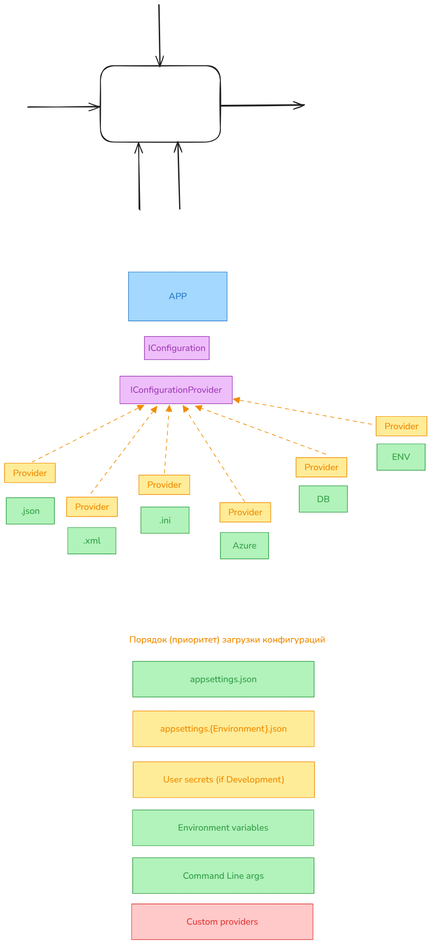
silvercodes/P32_asp_net keeps this Excalidraw diagram as img/11.config.excalidraw.png. Above is the earlier version. Source tidied: one line per element, renumbered; positions are measured from the earlier drawing's top-left corner, leaving out a move shared by most shapes. The source it was exported from:
```json
{"id": 0, "type": "rectangle", "strokeColor": "#1e1e1e", "strokeWidth": 2, "roughness": 1, "round": true, "x": 213, "y": 136, "width": 267, "height": 170}
{"id": 1, "type": "arrow", "strokeColor": "#1e1e1e", "strokeWidth": 2, "roughness": 1, "endArrowhead": "arrow", "round": true, "to": 0, "x": 52, "y": 228, "width": 160, "height": 2, "points": [[0, 0], [160, -2]]}
{"id": 2, "type": "arrow", "strokeColor": "#1e1e1e", "strokeWidth": 2, "roughness": 1, "endArrowhead": "arrow", "round": true, "from": 0, "x": 479, "y": 225, "width": 187, "height": 2, "points": [[0, 0], [187, -2]]}
{"id": 3, "type": "arrow", "strokeColor": "#1e1e1e", "strokeWidth": 2, "roughness": 1, "endArrowhead": "arrow", "round": true, "to": 0, "x": 343, "y": 0, "width": 3, "height": 138, "points": [[0, 0], [3, 138]]}
{"id": 4, "type": "arrow", "strokeColor": "#1e1e1e", "strokeWidth": 2, "roughness": 1, "endArrowhead": "arrow", "round": true, "to": 0, "x": 299, "y": 455, "width": 1, "height": 147, "points": [[0, 0], [-1, -147]]}
{"id": 5, "type": "arrow", "strokeColor": "#1e1e1e", "strokeWidth": 2, "roughness": 1, "endArrowhead": "arrow", "round": true, "to": 0, "x": 389, "y": 454, "width": 3, "height": 148, "points": [[0, 0], [-3, -148]]}
{"id": 6, "type": "rectangle", "strokeColor": "#1971c2", "backgroundColor": "#a5d8ff", "fillStyle": "solid", "strokeWidth": 1, "roughness": 0, "x": 276, "y": 594, "width": 219, "height": 109}
{"id": 7, "type": "text", "text": "APP", "strokeColor": "#1971c2", "backgroundColor": "#a5d8ff", "fillStyle": "solid", "strokeWidth": 1, "roughness": 0, "fontSize": 20, "fontFamily": 6, "textAlign": "center", "verticalAlign": "middle", "inside": 6, "x": 365, "y": 635, "width": 40, "height": 27}
{"id": 8, "type": "rectangle", "strokeColor": "#9c36b5", "backgroundColor": "#eebefa", "fillStyle": "solid", "strokeWidth": 1, "roughness": 0, "x": 311, "y": 738, "width": 144, "height": 52}
{"id": 9, "type": "text", "text": "IConfiguration", "strokeColor": "#9c36b5", "backgroundColor": "#eebefa", "fillStyle": "solid", "strokeWidth": 1, "roughness": 0, "fontSize": 20, "fontFamily": 6, "textAlign": "center", "verticalAlign": "middle", "inside": 8, "x": 319, "y": 750, "width": 128, "height": 27}
{"id": 10, "type": "rectangle", "strokeColor": "#9c36b5", "backgroundColor": "#eebefa", "fillStyle": "solid", "strokeWidth": 1, "roughness": 0, "x": 256, "y": 826, "width": 250, "height": 61}
{"id": 11, "type": "text", "text": "IConfigurationProvider", "strokeColor": "#9c36b5", "backgroundColor": "#eebefa", "fillStyle": "solid", "strokeWidth": 1, "roughness": 0, "fontSize": 20, "fontFamily": 6, "textAlign": "center", "verticalAlign": "middle", "inside": 10, "x": 280, "y": 843, "width": 203, "height": 27}
{"id": 12, "type": "rectangle", "strokeColor": "#2f9e44", "backgroundColor": "#b2f2bb", "fillStyle": "solid", "strokeWidth": 1, "roughness": 0, "x": 4, "y": 1096, "width": 107, "height": 59}
{"id": 13, "type": "text", "text": ".json", "strokeColor": "#2f9e44", "backgroundColor": "#b2f2bb", "fillStyle": "solid", "strokeWidth": 1, "roughness": 0, "fontSize": 20, "fontFamily": 6, "textAlign": "center", "verticalAlign": "middle", "inside": 12, "x": 36, "y": 1112, "width": 42, "height": 27}
{"id": 14, "type": "rectangle", "strokeColor": "#2f9e44", "backgroundColor": "#b2f2bb", "fillStyle": "solid", "strokeWidth": 1, "roughness": 0, "x": 140, "y": 1162, "width": 107, "height": 59}
{"id": 15, "type": "text", "text": ".xml", "strokeColor": "#2f9e44", "backgroundColor": "#b2f2bb", "fillStyle": "solid", "strokeWidth": 1, "roughness": 0, "fontSize": 20, "fontFamily": 6, "textAlign": "center", "verticalAlign": "middle", "inside": 14, "x": 175, "y": 1178, "width": 39, "height": 27}
{"id": 16, "type": "rectangle", "strokeColor": "#2f9e44", "backgroundColor": "#b2f2bb", "fillStyle": "solid", "strokeWidth": 1, "roughness": 0, "x": 303, "y": 1117, "width": 107, "height": 59}
{"id": 17, "type": "text", "text": ".ini", "strokeColor": "#2f9e44", "backgroundColor": "#b2f2bb", "fillStyle": "solid", "strokeWidth": 1, "roughness": 0, "fontSize": 20, "fontFamily": 6, "textAlign": "center", "verticalAlign": "middle", "inside": 16, "x": 344, "y": 1132, "width": 26, "height": 27}
{"id": 18, "type": "rectangle", "strokeColor": "#2f9e44", "backgroundColor": "#b2f2bb", "fillStyle": "solid", "strokeWidth": 1, "roughness": 0, "x": 480, "y": 1173, "width": 107, "height": 59}
{"id": 19, "type": "text", "text": "Azure", "strokeColor": "#2f9e44", "backgroundColor": "#b2f2bb", "fillStyle": "solid", "strokeWidth": 1, "roughness": 0, "fontSize": 20, "fontFamily": 6, "textAlign": "center", "verticalAlign": "middle", "inside": 18, "x": 507, "y": 1189, "width": 53, "height": 27}
{"id": 20, "type": "rectangle", "strokeColor": "#2f9e44", "backgroundColor": "#b2f2bb", "fillStyle": "solid", "strokeWidth": 1, "roughness": 0, "x": 655, "y": 1070, "width": 107, "height": 59}
{"id": 21, "type": "text", "text": "DB", "strokeColor": "#2f9e44", "backgroundColor": "#b2f2bb", "fillStyle": "solid", "strokeWidth": 1, "roughness": 0, "fontSize": 20, "fontFamily": 6, "textAlign": "center", "verticalAlign": "middle", "inside": 20, "x": 694, "y": 1085, "width": 29, "height": 27}
{"id": 22, "type": "rectangle", "strokeColor": "#f08c00", "backgroundColor": "#ffec99", "fillStyle": "solid", "strokeWidth": 1, "roughness": 0, "x": 0, "y": 1019, "width": 113, "height": 43}
{"id": 23, "type": "text", "text": "Provider", "strokeColor": "#f08c00", "backgroundColor": "#b2f2bb", "fillStyle": "solid", "strokeWidth": 1, "roughness": 0, "fontSize": 20, "fontFamily": 6, "textAlign": "center", "verticalAlign": "middle", "inside": 22, "x": 19, "y": 1027, "width": 76, "height": 27}
{"id": 24, "type": "arrow", "strokeColor": "#f08c00", "backgroundColor": "#ffec99", "fillStyle": "solid", "strokeWidth": 1, "strokeStyle": "dashed", "roughness": 0, "endArrowhead": "triangle", "round": true, "from": 22, "to": 10, "x": 61, "y": 1017, "width": 248, "height": 126, "points": [[0, 0], [248, -126]]}
{"id": 25, "type": "rectangle", "strokeColor": "#f08c00", "backgroundColor": "#ffec99", "fillStyle": "solid", "strokeWidth": 1, "roughness": 0, "x": 138, "y": 1095, "width": 113, "height": 43}
{"id": 26, "type": "text", "text": "Provider", "strokeColor": "#f08c00", "backgroundColor": "#b2f2bb", "fillStyle": "solid", "strokeWidth": 1, "roughness": 0, "fontSize": 20, "fontFamily": 6, "textAlign": "center", "verticalAlign": "middle", "inside": 25, "x": 157, "y": 1103, "width": 76, "height": 27}
{"id": 27, "type": "rectangle", "strokeColor": "#f08c00", "backgroundColor": "#ffec99", "fillStyle": "solid", "strokeWidth": 1, "roughness": 0, "x": 299, "y": 1046, "width": 113, "height": 43}
{"id": 28, "type": "text", "text": "Provider", "strokeColor": "#f08c00", "backgroundColor": "#b2f2bb", "fillStyle": "solid", "strokeWidth": 1, "roughness": 0, "fontSize": 20, "fontFamily": 6, "textAlign": "center", "verticalAlign": "middle", "inside": 27, "x": 317, "y": 1054, "width": 76, "height": 27}
{"id": 29, "type": "rectangle", "strokeColor": "#f08c00", "backgroundColor": "#ffec99", "fillStyle": "solid", "strokeWidth": 1, "roughness": 0, "x": 479, "y": 1107, "width": 113, "height": 43}
{"id": 30, "type": "text", "text": "Provider", "strokeColor": "#f08c00", "backgroundColor": "#b2f2bb", "fillStyle": "solid", "strokeWidth": 1, "roughness": 0, "fontSize": 20, "fontFamily": 6, "textAlign": "center", "verticalAlign": "middle", "inside": 29, "x": 498, "y": 1115, "width": 76, "height": 27}
{"id": 31, "type": "rectangle", "strokeColor": "#f08c00", "backgroundColor": "#ffec99", "fillStyle": "solid", "strokeWidth": 1, "roughness": 0, "x": 648, "y": 1007, "width": 113, "height": 43}
{"id": 32, "type": "text", "text": "Provider", "strokeColor": "#f08c00", "backgroundColor": "#b2f2bb", "fillStyle": "solid", "strokeWidth": 1, "roughness": 0, "fontSize": 20, "fontFamily": 6, "textAlign": "center", "verticalAlign": "middle", "inside": 31, "x": 667, "y": 1015, "width": 76, "height": 27}
{"id": 33, "type": "arrow", "strokeColor": "#f08c00", "backgroundColor": "#ffec99", "fillStyle": "solid", "strokeWidth": 1, "strokeStyle": "dashed", "roughness": 0, "endArrowhead": "triangle", "round": true, "from": 31, "to": 10, "x": 714, "y": 999, "width": 289, "height": 107, "points": [[0, 0], [-289, -107]]}
{"id": 34, "type": "arrow", "strokeColor": "#f08c00", "backgroundColor": "#ffec99", "fillStyle": "solid", "strokeWidth": 1, "strokeStyle": "dashed", "roughness": 0, "endArrowhead": "triangle", "round": true, "from": 29, "to": 10, "x": 534, "y": 1105, "width": 137, "height": 214, "points": [[0, 0], [-137, -214]]}
{"id": 35, "type": "arrow", "strokeColor": "#f08c00", "backgroundColor": "#ffec99", "fillStyle": "solid", "strokeWidth": 1, "strokeStyle": "dashed", "roughness": 0, "endArrowhead": "triangle", "round": true, "from": 27, "to": 10, "x": 355, "y": 1041, "width": 11, "height": 151, "points": [[0, 0], [11, -151]]}
{"id": 36, "type": "arrow", "strokeColor": "#f08c00", "backgroundColor": "#ffec99", "fillStyle": "solid", "strokeWidth": 1, "strokeStyle": "dashed", "roughness": 0, "endArrowhead": "triangle", "round": true, "from": 25, "to": 10, "x": 192, "y": 1086, "width": 146, "height": 193, "points": [[0, 0], [146, -193]]}
{"id": 37, "type": "rectangle", "strokeColor": "#2f9e44", "backgroundColor": "#b2f2bb", "fillStyle": "solid", "strokeWidth": 1, "roughness": 0, "x": 828, "y": 976, "width": 107, "height": 59}
{"id": 38, "type": "text", "text": "ENV", "strokeColor": "#2f9e44", "backgroundColor": "#b2f2bb", "fillStyle": "solid", "strokeWidth": 1, "roughness": 0, "fontSize": 20, "fontFamily": 6, "textAlign": "center", "verticalAlign": "middle", "inside": 37, "x": 861, "y": 992, "width": 40, "height": 27}
{"id": 39, "type": "arrow", "strokeColor": "#f08c00", "backgroundColor": "#ffec99", "fillStyle": "solid", "strokeWidth": 1, "strokeStyle": "dashed", "roughness": 0, "endArrowhead": "triangle", "round": true, "from": 40, "to": 10, "x": 816, "y": 933, "width": 307, "height": 56, "points": [[0, 0], [-307, -56]]}
{"id": 40, "type": "rectangle", "strokeColor": "#f08c00", "backgroundColor": "#ffec99", "fillStyle": "solid", "strokeWidth": 1, "roughness": 0, "x": 826, "y": 915, "width": 113, "height": 43}
{"id": 41, "type": "text", "text": "Provider", "strokeColor": "#f08c00", "backgroundColor": "#b2f2bb", "fillStyle": "solid", "strokeWidth": 1, "roughness": 0, "fontSize": 20, "fontFamily": 6, "textAlign": "center", "verticalAlign": "middle", "inside": 40, "x": 845, "y": 924, "width": 76, "height": 27}
{"id": 42, "type": "text", "text": "Порядок (приоритет) загрузки конфигураций", "strokeColor": "#f08c00", "backgroundColor": "#ffec99", "fillStyle": "solid", "strokeWidth": 1, "strokeStyle": "dashed", "roughness": 0, "fontSize": 20, "fontFamily": 6, "x": 277, "y": 1398, "width": 436, "height": 27}
{"id": 43, "type": "rectangle", "strokeColor": "#2f9e44", "backgroundColor": "#b2f2bb", "fillStyle": "solid", "strokeWidth": 1, "roughness": 0, "x": 285, "y": 1460, "width": 403, "height": 79}
{"id": 44, "type": "text", "text": "appsettings.json", "strokeColor": "#2f9e44", "backgroundColor": "#b2f2bb", "fillStyle": "solid", "strokeWidth": 1, "roughness": 0, "fontSize": 20, "fontFamily": 6, "textAlign": "center", "verticalAlign": "middle", "inside": 43, "x": 413, "y": 1486, "width": 148, "height": 27}
{"id": 45, "type": "rectangle", "strokeColor": "#f08c00", "backgroundColor": "#ffec99", "fillStyle": "solid", "strokeWidth": 1, "roughness": 0, "x": 285, "y": 1570, "width": 403, "height": 79}
{"id": 46, "type": "text", "text": "appsettings.{Environment}.json", "strokeColor": "#f08c00", "backgroundColor": "#b2f2bb", "fillStyle": "solid", "strokeWidth": 1, "roughness": 0, "fontSize": 20, "fontFamily": 6, "textAlign": "center", "verticalAlign": "middle", "inside": 45, "x": 346, "y": 1596, "width": 282, "height": 27}
{"id": 47, "type": "rectangle", "strokeColor": "#f08c00", "backgroundColor": "#ffec99", "fillStyle": "solid", "strokeWidth": 1, "roughness": 0, "x": 286, "y": 1683, "width": 403, "height": 79}
{"id": 48, "type": "text", "text": "User secrets (if Development)", "strokeColor": "#f08c00", "backgroundColor": "#b2f2bb", "fillStyle": "solid", "strokeWidth": 1, "roughness": 0, "fontSize": 20, "fontFamily": 6, "textAlign": "center", "verticalAlign": "middle", "inside": 47, "x": 352, "y": 1709, "width": 270, "height": 27}
{"id": 49, "type": "rectangle", "strokeColor": "#2f9e44", "backgroundColor": "#b2f2bb", "fillStyle": "solid", "strokeWidth": 1, "roughness": 0, "x": 284, "y": 1790, "width": 403, "height": 79}
{"id": 50, "type": "text", "text": "Environment variables", "strokeColor": "#2f9e44", "backgroundColor": "#b2f2bb", "fillStyle": "solid", "strokeWidth": 1, "roughness": 0, "fontSize": 20, "fontFamily": 6, "textAlign": "center", "verticalAlign": "middle", "inside": 49, "x": 385, "y": 1816, "width": 201, "height": 27}
{"id": 51, "type": "rectangle", "strokeColor": "#2f9e44", "backgroundColor": "#b2f2bb", "fillStyle": "solid", "strokeWidth": 1, "roughness": 0, "x": 285, "y": 1896, "width": 403, "height": 79}
{"id": 52, "type": "text", "text": "Command Line args", "strokeColor": "#2f9e44", "backgroundColor": "#b2f2bb", "fillStyle": "solid", "strokeWidth": 1, "roughness": 0, "fontSize": 20, "fontFamily": 6, "textAlign": "center", "verticalAlign": "middle", "inside": 51, "x": 397, "y": 1922, "width": 180, "height": 27}
{"id": 53, "type": "rectangle", "strokeColor": "#e03131", "backgroundColor": "#ffc9c9", "fillStyle": "solid", "strokeWidth": 1, "roughness": 0, "x": 283, "y": 1999, "width": 403, "height": 79}
{"id": 54, "type": "text", "text": "Custom providers", "strokeColor": "#e03131", "backgroundColor": "#b2f2bb", "fillStyle": "solid", "strokeWidth": 1, "roughness": 0, "fontSize": 20, "fontFamily": 6, "textAlign": "center", "verticalAlign": "middle", "inside": 53, "x": 405, "y": 2025, "width": 159, "height": 27}
```
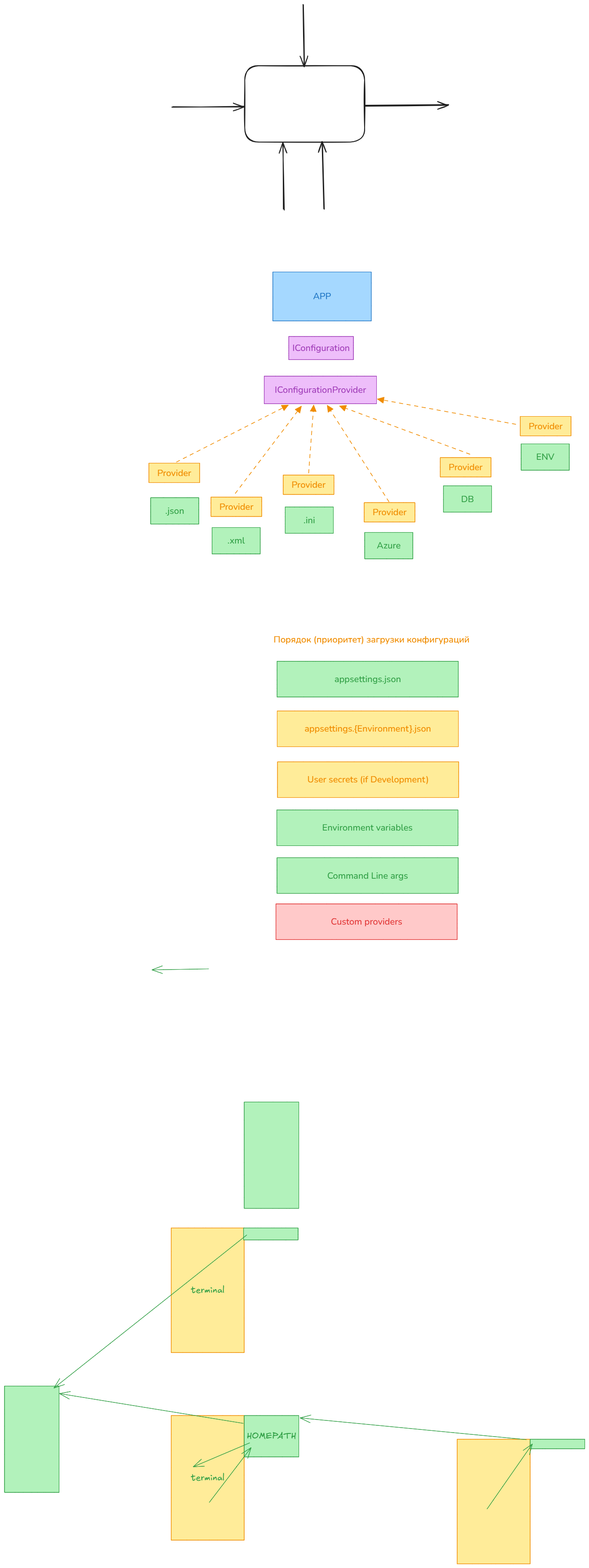
The same diagram one commit later.

What changed in the source:
```diff
@@ -53,3 +53,19 @@
 {"id": 52, "type": "text", "text": "Command Line args", "strokeColor": "#2f9e44", "backgroundColor": "#b2f2bb", "fillStyle": "solid", "strokeWidth": 1, "roughness": 0, "fontSize": 20, "fontFamily": 6, "textAlign": "center", "verticalAlign": "middle", "inside": 51, "x": 397, "y": 1922, "width": 180, "height": 27}
 {"id": 53, "type": "rectangle", "strokeColor": "#e03131", "backgroundColor": "#ffc9c9", "fillStyle": "solid", "strokeWidth": 1, "roughness": 0, "x": 283, "y": 1999, "width": 403, "height": 79}
 {"id": 54, "type": "text", "text": "Custom providers", "strokeColor": "#e03131", "backgroundColor": "#b2f2bb", "fillStyle": "solid", "strokeWidth": 1, "roughness": 0, "fontSize": 20, "fontFamily": 6, "textAlign": "center", "verticalAlign": "middle", "inside": 53, "x": 405, "y": 2025, "width": 159, "height": 27}
+{"id": 55, "type": "rectangle", "strokeColor": "#f08c00", "backgroundColor": "#ffec99", "fillStyle": "solid", "strokeWidth": 1, "roughness": 0, "x": 50, "y": 3136, "width": 162, "height": 277}
+{"id": 56, "type": "text", "text": "terminal", "strokeColor": "#2f9e44", "backgroundColor": "#b2f2bb", "fillStyle": "solid", "strokeWidth": 1, "roughness": 0, "fontSize": 20, "fontFamily": 5, "textAlign": "center", "verticalAlign": "middle", "inside": 55, "x": 93, "y": 3262, "width": 75, "height": 25}
+{"id": 57, "type": "rectangle", "strokeColor": "#2f9e44", "backgroundColor": "#b2f2bb", "fillStyle": "solid", "strokeWidth": 1, "roughness": 0, "x": 212, "y": 3136, "width": 121, "height": 92}
+{"id": 58, "type": "text", "text": "HOMEPATH", "strokeColor": "#2f9e44", "backgroundColor": "#b2f2bb", "fillStyle": "solid", "strokeWidth": 1, "roughness": 0, "fontSize": 20, "fontFamily": 5, "textAlign": "center", "verticalAlign": "middle", "inside": 57, "x": 218, "y": 3170, "width": 110, "height": 25}
+{"id": 59, "type": "rectangle", "strokeColor": "#f08c00", "backgroundColor": "#ffec99", "fillStyle": "solid", "strokeWidth": 1, "roughness": 0, "x": 686, "y": 3189, "width": 162, "height": 277}
+{"id": 60, "type": "rectangle", "strokeColor": "#2f9e44", "backgroundColor": "#b2f2bb", "fillStyle": "solid", "strokeWidth": 1, "roughness": 0, "x": 848, "y": 3189, "width": 121, "height": 21}
+{"id": 61, "type": "arrow", "strokeColor": "#2f9e44", "backgroundColor": "#b2f2bb", "fillStyle": "solid", "strokeWidth": 1, "roughness": 0, "endArrowhead": "arrow", "round": true, "from": 60, "to": 57, "x": 840, "y": 3190, "width": 504, "height": 48, "points": [[0, 0], [-504, -48]]}
+{"id": 62, "type": "arrow", "strokeColor": "#2f9e44", "backgroundColor": "#b2f2bb", "fillStyle": "solid", "strokeWidth": 1, "roughness": 0, "endArrowhead": "arrow", "round": true, "from": 57, "to": 63, "x": 210, "y": 3153, "width": 409, "height": 66, "points": [[0, 0], [-409, -66]]}
+{"id": 63, "type": "rectangle", "strokeColor": "#2f9e44", "backgroundColor": "#b2f2bb", "fillStyle": "solid", "strokeWidth": 1, "roughness": 0, "x": -321, "y": 3071, "width": 121, "height": 236}
+{"id": 64, "type": "rectangle", "strokeColor": "#f08c00", "backgroundColor": "#ffec99", "fillStyle": "solid", "strokeWidth": 1, "roughness": 0, "x": 50, "y": 2719, "width": 162, "height": 277}
+{"id": 65, "type": "text", "text": "terminal", "strokeColor": "#2f9e44", "backgroundColor": "#b2f2bb", "fillStyle": "solid", "strokeWidth": 1, "roughness": 0, "fontSize": 20, "fontFamily": 5, "textAlign": "center", "verticalAlign": "middle", "inside": 64, "x": 93, "y": 2845, "width": 75, "height": 25}
+{"id": 66, "type": "rectangle", "strokeColor": "#2f9e44", "backgroundColor": "#b2f2bb", "fillStyle": "solid", "strokeWidth": 1, "roughness": 0, "x": 210, "y": 2719, "width": 121, "height": 27}
+{"id": 67, "type": "arrow", "strokeColor": "#2f9e44", "backgroundColor": "#b2f2bb", "fillStyle": "solid", "strokeWidth": 1, "roughness": 0, "endArrowhead": "arrow", "round": true, "from": 66, "to": 63, "x": 218, "y": 2735, "width": 429, "height": 340, "points": [[0, 0], [-429, 340]]}
+{"id": 68, "type": "arrow", "strokeColor": "#2f9e44", "backgroundColor": "#b2f2bb", "fillStyle": "solid", "strokeWidth": 1, "roughness": 0, "endArrowhead": "arrow", "round": true, "from": 55, "to": 57, "x": 134, "y": 3329, "width": 93, "height": 122, "points": [[0, 0], [93, -122]]}
+{"id": 69, "type": "arrow", "strokeColor": "#2f9e44", "backgroundColor": "#b2f2bb", "fillStyle": "solid", "strokeWidth": 1, "roughness": 0, "endArrowhead": "arrow", "round": true, "from": 57, "to": 55, "x": 224, "y": 3197, "width": 125, "height": 53, "points": [[0, 0], [-125, 53]]}
+{"id": 70, "type": "arrow", "strokeColor": "#2f9e44", "backgroundColor": "#b2f2bb", "fillStyle": "solid", "strokeWidth": 1, "roughness": 0, "endArrowhead": "arrow", "round": true, "from": 59, "to": 60, "x": 752, "y": 3344, "width": 101, "height": 144, "points": [[0, 0], [101, -144]]}
```
